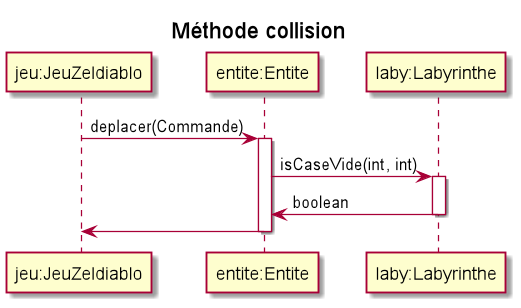
Kilmeee/2021_COO_Zeldiablo_harrell1u_hemmerle8u_peltre13u_gregoir59u keeps this PlantUML diagram as documents/version_3/diagramme_sequences/collisionPlantUML-Méthode_collision.png. Above is the earlier version. The source it was exported from:
```plantuml
@startuml
title Méthode collision
participant "jeu:JeuZeldiablo" as j
participant "entite:Entite" as e
participant "laby:Labyrinthe" as l
j -> e : deplacer(Commande)
activate e
e -> l : isCaseVide(int, int)
activate l
e <- l : boolean
deactivate l
j <- e
deactivate e
@enduml
```
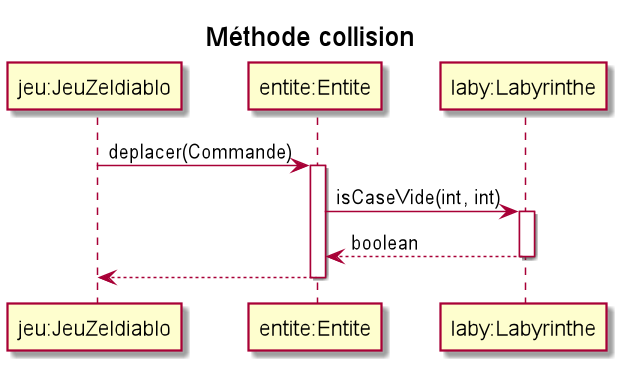
The same file after the commit.

Diff of the diagram source:
```diff
@@ -7,8 +7,8 @@
 activate e
 e -> l : isCaseVide(int, int)
 activate l
-e <- l : boolean
+e <-- l : boolean
 deactivate l
-j <- e
+j <-- e
 deactivate e
 @enduml
```
